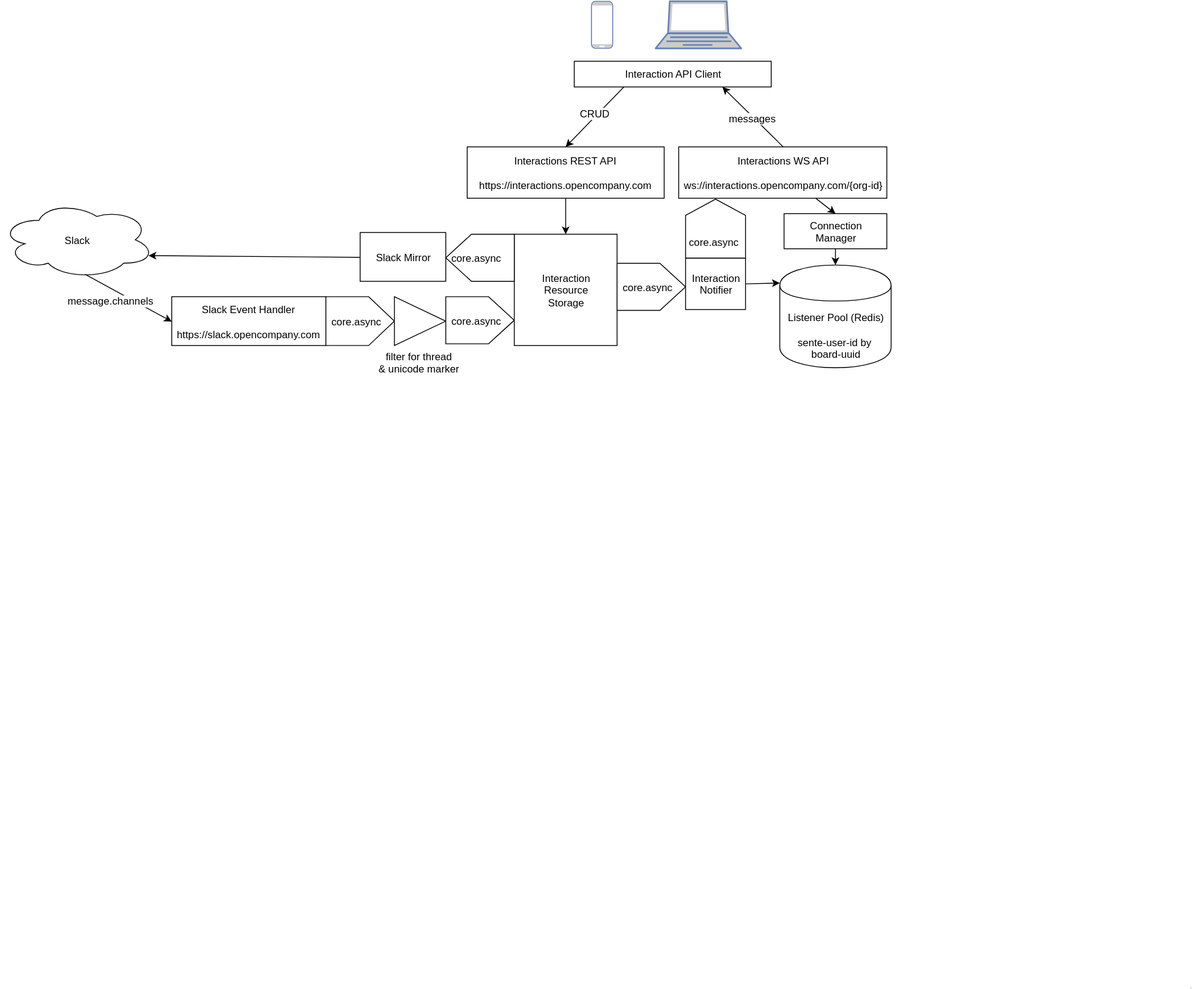
Earlier version of the draw.io export docs/OC-Interactions-Service.svg (open-company/open-company-interaction). Source tidied: cells renumbered, new cells last; positions are measured from the earlier drawing's top-left corner, leaving out a move shared by most shapes.
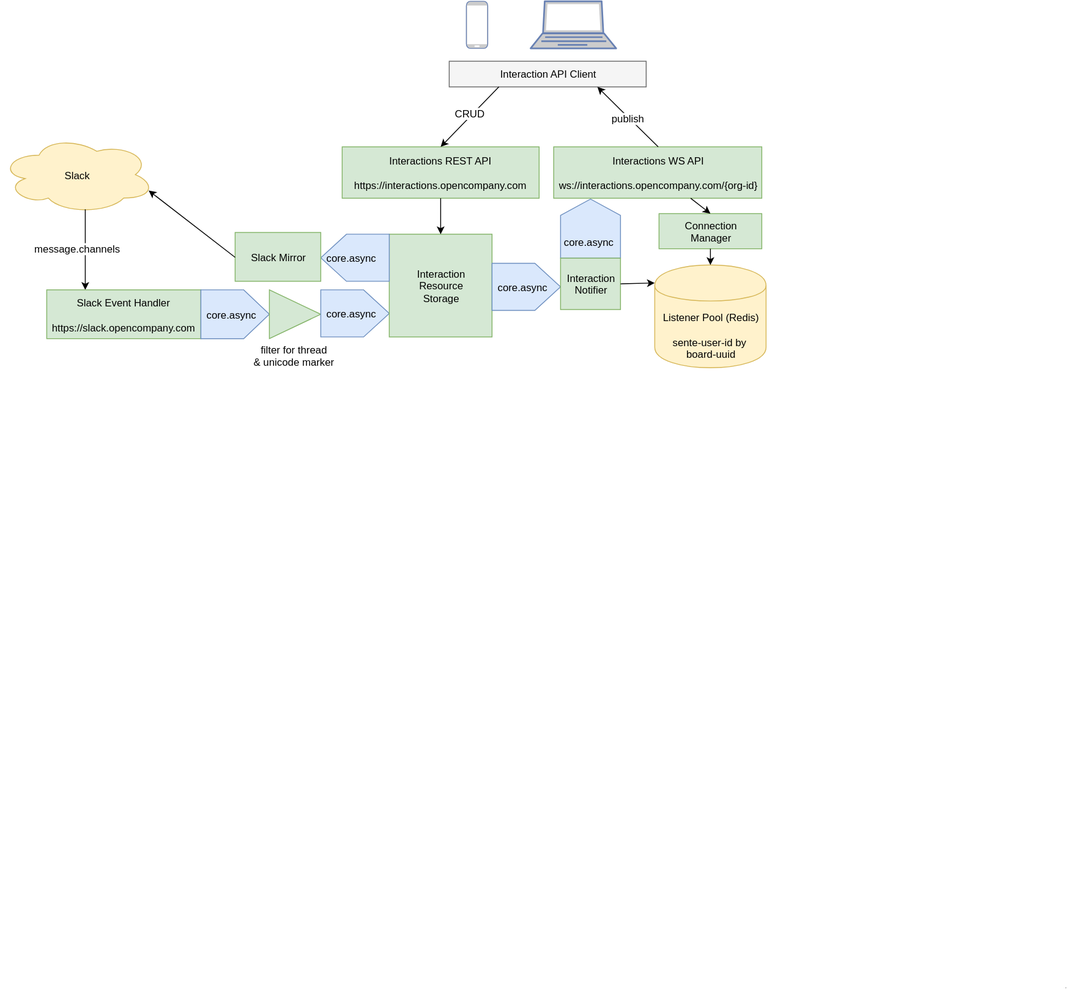
The same file after the commit.

The edit, as a diff of the source:
```diff
@@ -8,16 +8,16 @@
         <mxPoint x="1390.3" y="1152.2" as="targetPoint" />
       </mxGeometry>
     </mxCell>
-    <mxCell id="3" value="Interactions REST API&lt;div&gt;&lt;br&gt;&lt;/div&gt;&lt;div&gt;https://interactions.opencompany.com&lt;/div&gt;" style="whiteSpace=wrap;html=1;fontSize=12;fontColor=#000000;" parent="1" vertex="1">
+    <mxCell id="3" value="Interactions REST API&lt;div&gt;&lt;br&gt;&lt;/div&gt;&lt;div&gt;https://interactions.opencompany.com&lt;/div&gt;" style="whiteSpace=wrap;html=1;fontSize=12;fontColor=#000000;fillColor=#d5e8d4;strokeColor=#82b366;" parent="1" vertex="1">
       <mxGeometry x="545" y="170" width="230" height="60" as="geometry" />
     </mxCell>
-    <mxCell id="4" value="Interactions WS API&lt;div&gt;&lt;br&gt;&lt;/div&gt;&lt;div&gt;ws://interactions.opencompany.com/{org-id}&lt;/div&gt;" style="whiteSpace=wrap;html=1;fontSize=12;fontColor=#000000;" parent="1" vertex="1">
+    <mxCell id="4" value="Interactions WS API&lt;div&gt;&lt;br&gt;&lt;/div&gt;&lt;div&gt;ws://interactions.opencompany.com/{org-id}&lt;/div&gt;" style="whiteSpace=wrap;html=1;fontSize=12;fontColor=#000000;fillColor=#d5e8d4;strokeColor=#82b366;" parent="1" vertex="1">
       <mxGeometry x="792" y="170" width="243" height="60" as="geometry" />
     </mxCell>
-    <mxCell id="5" value="Slack" style="ellipse;shape=cloud;whiteSpace=wrap;html=1;fontSize=12;fontColor=#000000;" parent="1" vertex="1">
-      <mxGeometry y="233" width="180" height="91" as="geometry" />
+    <mxCell id="5" value="Slack" style="ellipse;shape=cloud;whiteSpace=wrap;html=1;fontSize=12;fontColor=#000000;fillColor=#fff2cc;strokeColor=#d6b656;" parent="1" vertex="1">
+      <mxGeometry x="146" y="157" width="180" height="91" as="geometry" />
     </mxCell>
-    <mxCell id="6" style="endArrow=classic;html=1;strokeColor=#000000;fontSize=12;fontColor=#000000;entryX=0;entryY=0.5;exitX=0.55;exitY=0.95;exitPerimeter=0;" parent="1" edge="1" source="5" target="16">
+    <mxCell id="6" style="endArrow=classic;html=1;strokeColor=#000000;fontSize=12;fontColor=#000000;entryX=0.25;entryY=0;exitX=0.55;exitY=0.95;exitPerimeter=0;" parent="1" edge="1" source="5" target="16">
       <mxGeometry relative="1" as="geometry" />
     </mxCell>
     <mxCell id="7" value="message.channels" style="text;html=1;align=center;verticalAlign=middle;labelBackgroundColor=#ffffff;fontSize=12;fontColor=#000000;" parent="6" vertex="1">
@@ -31,13 +31,13 @@
     <mxCell id="9" style="fontColor=#0066CC;verticalAlign=top;verticalLabelPosition=bottom;labelPosition=center;align=center;html=1;fillColor=#CCCCCC;strokeColor=#6881B3;gradientColor=none;gradientDirection=north;strokeWidth=2;shape=mxgraph.networks.laptop;" parent="1" vertex="1">
       <mxGeometry x="765" width="100" height="55" as="geometry" />
     </mxCell>
-    <mxCell id="10" value="Interaction API Client" style="whiteSpace=wrap;html=1;fontSize=12;fontColor=#000000;" parent="1" vertex="1">
+    <mxCell id="10" value="Interaction API Client" style="whiteSpace=wrap;html=1;fontSize=12;fontColor=#000000;fillColor=#f5f5f5;strokeColor=#666666;" parent="1" vertex="1">
       <mxGeometry x="670" y="70" width="230" height="30" as="geometry" />
     </mxCell>
     <mxCell id="11" style="endArrow=classic;html=1;strokeColor=#000000;fontSize=12;fontColor=#000000;exitX=0.5;exitY=0;entryX=0.75;entryY=1;" parent="1" edge="1" source="4" target="10">
       <mxGeometry relative="1" as="geometry" />
     </mxCell>
-    <mxCell id="12" value="messages" style="text;html=1;align=center;verticalAlign=middle;labelBackgroundColor=#ffffff;fontSize=12;fontColor=#000000;" parent="11" vertex="1">
+    <mxCell id="12" value="publish" style="text;html=1;align=center;verticalAlign=middle;labelBackgroundColor=#ffffff;fontSize=12;fontColor=#000000;" parent="11" vertex="1">
       <mxGeometry x="-0.01" y="1" relative="1" as="geometry" />
     </mxCell>
     <mxCell id="13" style="endArrow=classic;html=1;strokeColor=#000000;fontSize=12;fontColor=#000000;exitX=0.25;exitY=1;entryX=0.5;entryY=0;" parent="1" edge="1" source="10" target="3">
@@ -46,55 +46,55 @@
     <mxCell id="14" value="CRUD" style="text;html=1;align=center;verticalAlign=middle;labelBackgroundColor=#ffffff;fontSize=12;fontColor=#000000;" parent="13" vertex="1">
       <mxGeometry x="-0.08" y="-3" relative="1" as="geometry" />
     </mxCell>
-    <mxCell id="15" value="&lt;div&gt;&lt;br&gt;&lt;/div&gt;&lt;div&gt;&lt;br&gt;&lt;/div&gt;&lt;div&gt;&lt;br&gt;&lt;/div&gt;Listener Pool (Redis)&lt;div&gt;&lt;br&gt;&lt;/div&gt;&lt;div&gt;sente-user-id by&amp;nbsp;&lt;/div&gt;&lt;div&gt;board-uuid&lt;/div&gt;" style="shape=cylinder;whiteSpace=wrap;html=1;fontSize=12;fontColor=#000000;" parent="1" vertex="1">
+    <mxCell id="15" value="&lt;div&gt;&lt;br&gt;&lt;/div&gt;&lt;div&gt;&lt;br&gt;&lt;/div&gt;&lt;div&gt;&lt;br&gt;&lt;/div&gt;Listener Pool (Redis)&lt;div&gt;&lt;br&gt;&lt;/div&gt;&lt;div&gt;sente-user-id by&amp;nbsp;&lt;/div&gt;&lt;div&gt;board-uuid&lt;/div&gt;" style="shape=cylinder;whiteSpace=wrap;html=1;fontSize=12;fontColor=#000000;fillColor=#fff2cc;strokeColor=#d6b656;" parent="1" vertex="1">
       <mxGeometry x="910" y="308" width="130" height="120" as="geometry" />
     </mxCell>
-    <mxCell id="16" value="Slack Event Handler&lt;div&gt;&lt;br&gt;&lt;/div&gt;&lt;div&gt;https://slack.opencompany.com&lt;/div&gt;" style="whiteSpace=wrap;html=1;fontSize=12;fontColor=#000000;" parent="1" vertex="1">
-      <mxGeometry x="200" y="345" width="180" height="57" as="geometry" />
+    <mxCell id="16" value="Slack Event Handler&lt;div&gt;&lt;br&gt;&lt;/div&gt;&lt;div&gt;https://slack.opencompany.com&lt;/div&gt;" style="whiteSpace=wrap;html=1;fontSize=12;fontColor=#000000;fillColor=#d5e8d4;strokeColor=#82b366;" parent="1" vertex="1">
+      <mxGeometry x="200" y="337" width="180" height="57" as="geometry" />
     </mxCell>
-    <mxCell id="17" value="core.async &amp;nbsp;&amp;nbsp;" style="shape=offPageConnector;whiteSpace=wrap;html=1;fontSize=12;fontColor=#000000;direction=north;" parent="1" vertex="1">
-      <mxGeometry x="380" y="345" width="80" height="57" as="geometry" />
+    <mxCell id="17" value="core.async &amp;nbsp;&amp;nbsp;" style="shape=offPageConnector;whiteSpace=wrap;html=1;fontSize=12;fontColor=#000000;direction=north;fillColor=#dae8fc;strokeColor=#6c8ebf;" parent="1" vertex="1">
+      <mxGeometry x="380" y="337" width="80" height="57" as="geometry" />
     </mxCell>
-    <mxCell id="18" style="triangle;whiteSpace=wrap;html=1;fontSize=12;fontColor=#000000;" parent="1" vertex="1">
-      <mxGeometry x="460" y="345" width="60" height="57" as="geometry" />
+    <mxCell id="18" style="triangle;whiteSpace=wrap;html=1;fontSize=12;fontColor=#000000;fillColor=#d5e8d4;strokeColor=#82b366;" parent="1" vertex="1">
+      <mxGeometry x="460" y="337" width="60" height="57" as="geometry" />
     </mxCell>
     <mxCell id="19" value="&lt;div style=&quot;text-align: center&quot;&gt;&lt;span&gt;filter for thread&lt;/span&gt;&lt;/div&gt;&lt;div style=&quot;text-align: center&quot;&gt;&amp;amp; unicode marker&lt;/div&gt;" style="text;html=1;fontSize=12;fontColor=#000000;" parent="1" vertex="1">
-      <mxGeometry x="440" y="402" width="100" height="30" as="geometry" />
+      <mxGeometry x="440" y="394" width="100" height="30" as="geometry" />
     </mxCell>
-    <mxCell id="20" value="core.async &amp;nbsp;&amp;nbsp;" style="shape=offPageConnector;whiteSpace=wrap;html=1;fontSize=12;fontColor=#000000;direction=north;" parent="1" vertex="1">
-      <mxGeometry x="520" y="345" width="80" height="55" as="geometry" />
+    <mxCell id="20" value="core.async &amp;nbsp;&amp;nbsp;" style="shape=offPageConnector;whiteSpace=wrap;html=1;fontSize=12;fontColor=#000000;direction=north;fillColor=#dae8fc;strokeColor=#6c8ebf;" parent="1" vertex="1">
+      <mxGeometry x="520" y="337" width="80" height="55" as="geometry" />
     </mxCell>
-    <mxCell id="21" value="Interaction&lt;div&gt;Resource&lt;br&gt;&lt;div&gt;Storage&lt;/div&gt;&lt;/div&gt;" style="whiteSpace=wrap;html=1;fontSize=12;fontColor=#000000;" parent="1" vertex="1">
-      <mxGeometry x="600" y="272" width="120" height="130" as="geometry" />
+    <mxCell id="21" value="Interaction&lt;div&gt;Resource&lt;br&gt;&lt;div&gt;Storage&lt;/div&gt;&lt;/div&gt;" style="whiteSpace=wrap;html=1;fontSize=12;fontColor=#000000;fillColor=#d5e8d4;strokeColor=#82b366;" parent="1" vertex="1">
+      <mxGeometry x="600" y="272" width="120" height="120" as="geometry" />
     </mxCell>
     <mxCell id="22" style="endArrow=classic;html=1;strokeColor=#000000;fontSize=12;fontColor=#000000;exitX=0.5;exitY=1;entryX=0.5;entryY=0;" parent="1" edge="1" source="3" target="21">
       <mxGeometry relative="1" as="geometry" />
     </mxCell>
-    <mxCell id="23" value="core.async &amp;nbsp;&amp;nbsp;" style="shape=offPageConnector;whiteSpace=wrap;html=1;fontSize=12;fontColor=#000000;direction=south;" parent="1" vertex="1">
+    <mxCell id="23" value="core.async &amp;nbsp;&amp;nbsp;" style="shape=offPageConnector;whiteSpace=wrap;html=1;fontSize=12;fontColor=#000000;direction=south;fillColor=#dae8fc;strokeColor=#6c8ebf;" parent="1" vertex="1">
       <mxGeometry x="520" y="272" width="80" height="55" as="geometry" />
     </mxCell>
-    <mxCell id="24" value="Slack Mirror" style="whiteSpace=wrap;html=1;fontSize=12;fontColor=#000000;" parent="1" vertex="1">
+    <mxCell id="24" value="Slack Mirror" style="whiteSpace=wrap;html=1;fontSize=12;fontColor=#000000;fillColor=#d5e8d4;strokeColor=#82b366;" parent="1" vertex="1">
       <mxGeometry x="420" y="270" width="100" height="57" as="geometry" />
     </mxCell>
     <mxCell id="25" style="endArrow=classic;html=1;strokeColor=#000000;fontSize=12;fontColor=#000000;exitX=0;exitY=0.5;entryX=0.96;entryY=0.7;entryPerimeter=0;" parent="1" edge="1" source="24" target="5">
       <mxGeometry relative="1" as="geometry" />
     </mxCell>
-    <mxCell id="26" value="core.async &amp;nbsp;&amp;nbsp;" style="shape=offPageConnector;whiteSpace=wrap;html=1;fontSize=12;fontColor=#000000;direction=north;" parent="1" vertex="1">
+    <mxCell id="26" value="core.async &amp;nbsp;&amp;nbsp;" style="shape=offPageConnector;whiteSpace=wrap;html=1;fontSize=12;fontColor=#000000;direction=north;fillColor=#dae8fc;strokeColor=#6c8ebf;" parent="1" vertex="1">
       <mxGeometry x="720" y="306" width="80" height="55" as="geometry" />
     </mxCell>
-    <mxCell id="27" value="Connection&lt;div&gt;Manager&lt;/div&gt;" style="whiteSpace=wrap;html=1;fontSize=12;fontColor=#000000;" parent="1" vertex="1">
+    <mxCell id="27" value="Connection&lt;div&gt;Manager&lt;/div&gt;" style="whiteSpace=wrap;html=1;fontSize=12;fontColor=#000000;fillColor=#d5e8d4;strokeColor=#82b366;" parent="1" vertex="1">
       <mxGeometry x="915" y="248" width="120" height="41" as="geometry" />
     </mxCell>
     <mxCell id="28" style="endArrow=classic;html=1;strokeColor=#000000;fontSize=12;fontColor=#000000;entryX=0.5;entryY=0;" parent="1" edge="1" source="27" target="15">
       <mxGeometry relative="1" as="geometry" />
     </mxCell>
-    <mxCell id="29" value="&lt;div&gt;&lt;br&gt;&lt;/div&gt;&lt;div&gt;&lt;br&gt;&lt;/div&gt;core.async&amp;nbsp;" style="shape=offPageConnector;whiteSpace=wrap;html=1;fontSize=12;fontColor=#000000;direction=west;size=0.27656250000000093;" parent="1" vertex="1">
+    <mxCell id="29" value="&lt;div&gt;&lt;br&gt;&lt;/div&gt;&lt;div&gt;&lt;br&gt;&lt;/div&gt;core.async&amp;nbsp;" style="shape=offPageConnector;whiteSpace=wrap;html=1;fontSize=12;fontColor=#000000;direction=west;size=0.27656250000000093;fillColor=#dae8fc;strokeColor=#6c8ebf;" parent="1" vertex="1">
       <mxGeometry x="800" y="231" width="70" height="69" as="geometry" />
     </mxCell>
     <mxCell id="30" style="endArrow=classic;html=1;strokeColor=#000000;fontSize=12;fontColor=#000000;entryX=0.5;entryY=0;" parent="1" edge="1" source="4" target="27">
       <mxGeometry relative="1" as="geometry" />
     </mxCell>
-    <mxCell id="31" value="Interaction&lt;div&gt;Notifier&lt;/div&gt;" style="whiteSpace=wrap;html=1;fontSize=12;fontColor=#000000;" parent="1" vertex="1">
+    <mxCell id="31" value="Interaction&lt;div&gt;Notifier&lt;/div&gt;" style="whiteSpace=wrap;html=1;fontSize=12;fontColor=#000000;fillColor=#d5e8d4;strokeColor=#82b366;" parent="1" vertex="1">
       <mxGeometry x="800" y="300" width="70" height="60" as="geometry" />
     </mxCell>
     <mxCell id="32" style="endArrow=classic;html=1;strokeColor=#000000;fontSize=12;fontColor=#000000;entryX=0.003;entryY=0.175;exitX=1;exitY=0.5;entryPerimeter=0;" parent="1" edge="1" source="31" target="15">
```
